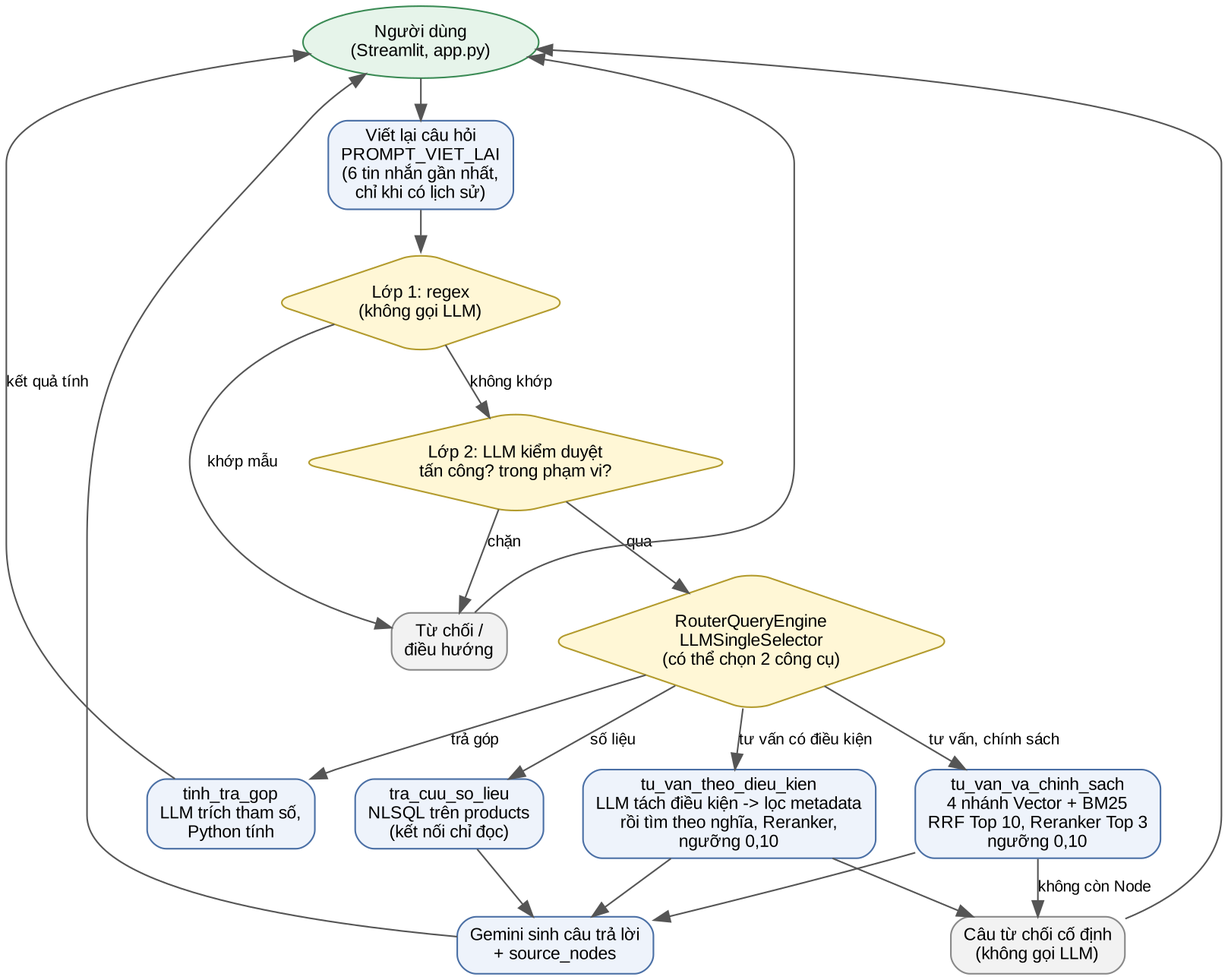
Above: hinh/hinh_3_2_luong_truy_van.png in npone25/LlamaIndex_RAG_Tech (Graphviz), before the change. Its source is kept beside it as hinh/hinh_3_2_luong_truy_van.dot.
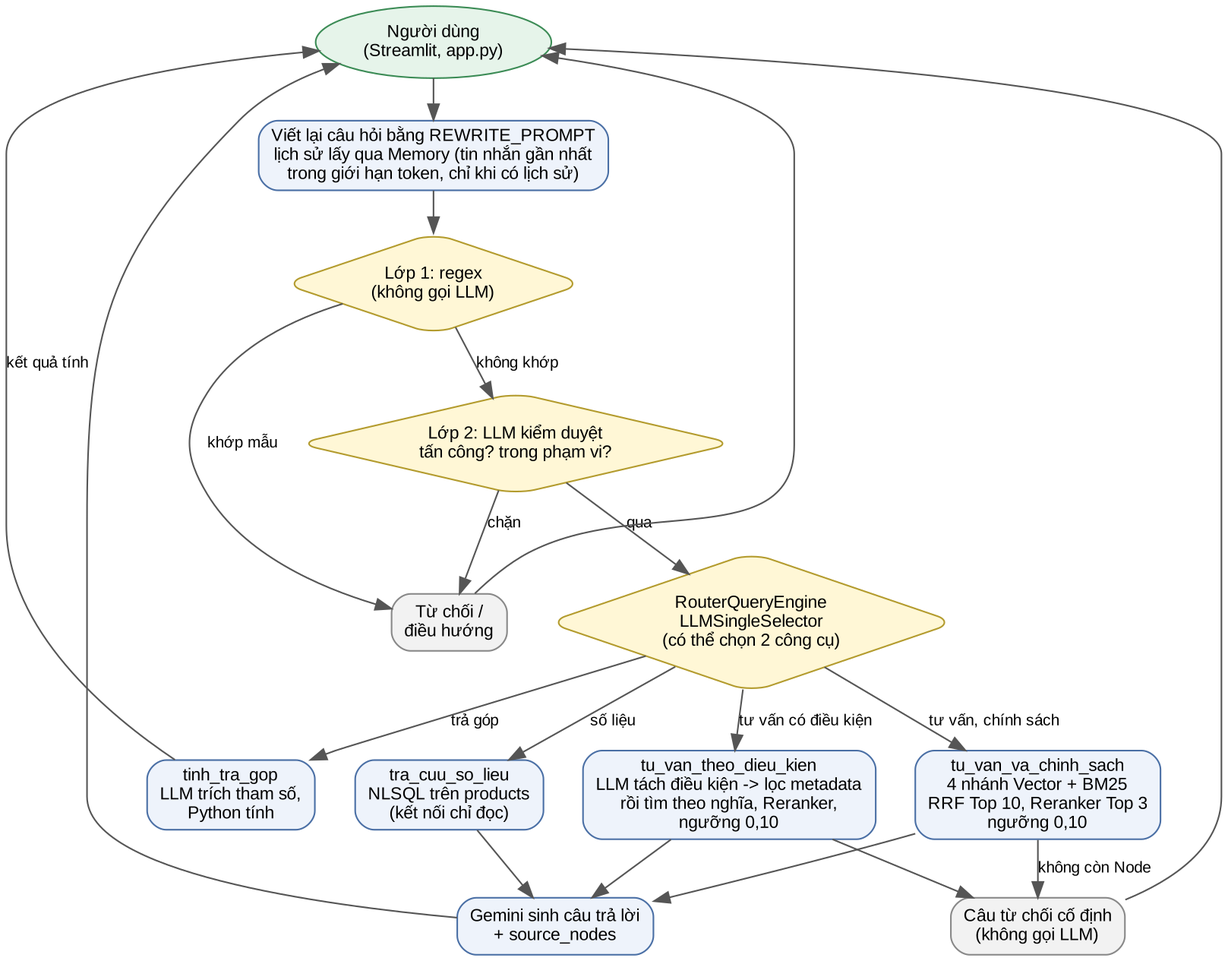
The same diagram one commit later.

Commit message:
README và sơ đồ 3.2, 6.5.1 theo luồng Memory

Change to the diagram source:
```diff
@@ -3,7 +3,7 @@
   node [shape=box, style="rounded,filled", fillcolor="#eef3fb", color="#4a6fa5", fontname="Liberation Sans", fontsize=11];
   edge [color="#555555", fontname="Liberation Sans", fontsize=10];
   user [label="Người dùng\n(Streamlit, app.py)", shape=ellipse, fillcolor="#e6f4ea", color="#3b8b55"];
-  vl [label="Viết lại câu hỏi\nPROMPT_VIET_LAI\n(6 tin nhắn gần nhất,\nchỉ khi có lịch sử)"];
+  vl [label="Viết lại câu hỏi bằng REWRITE_PROMPT\nlịch sử lấy qua Memory (tin nhắn gần nhất\ntrong giới hạn token, chỉ khi có lịch sử)"];
   rg [label="Lớp 1: regex\n(không gọi LLM)", shape=diamond, fillcolor="#fff7d6", color="#b39b2d"];
   lg [label="Lớp 2: LLM kiểm duyệt\ntấn công? trong phạm vi?", shape=diamond, fillcolor="#fff7d6", color="#b39b2d"];
   refuse [label="Từ chối /\nđiều hướng", fillcolor="#f2f2f2", color="#888888"];
```
